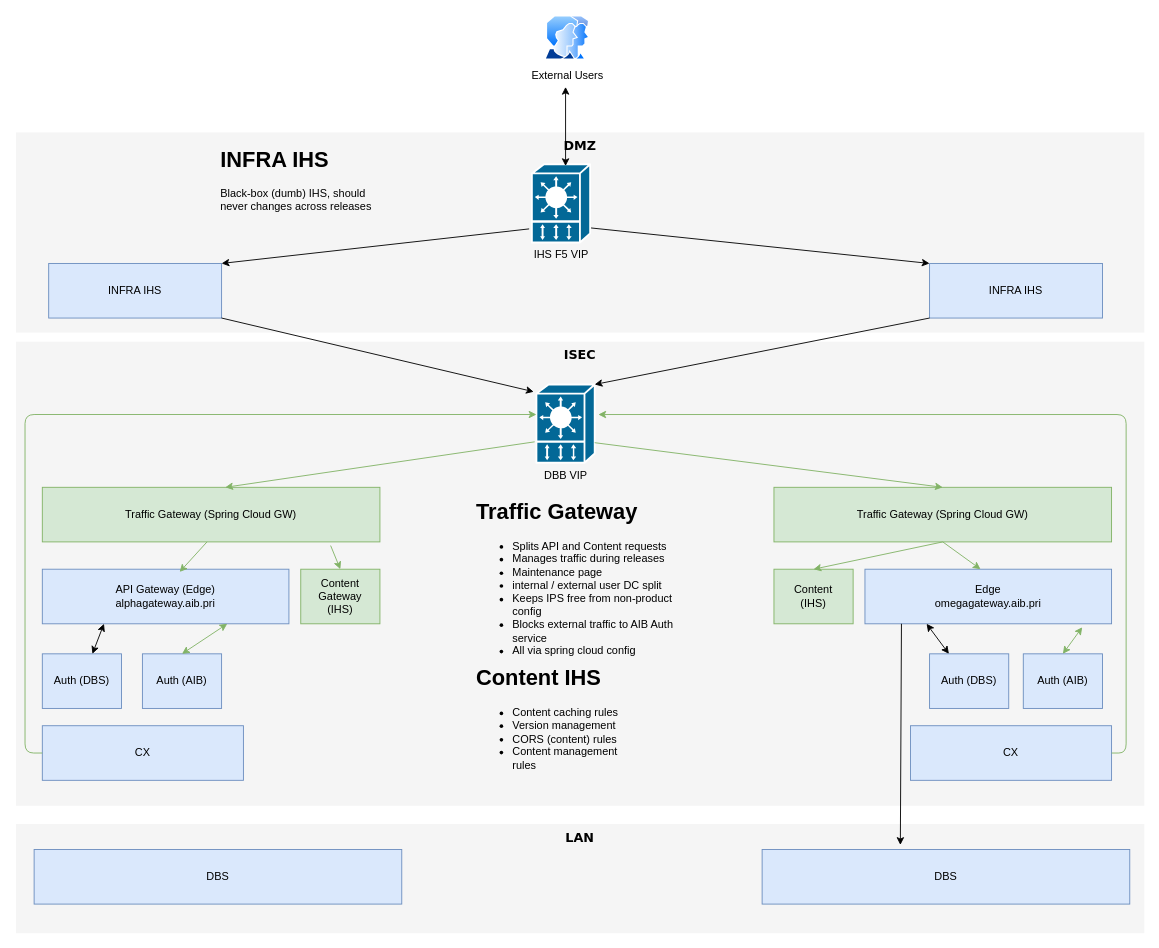
Earlier version of the draw.io diagram src/main/resources/to-be-traffic-management-option-2.drawio (hughrossdublin/cardsproxy). Source tidied: cells renumbered, new cells numbered last; positions are measured from the earlier drawing's top-left corner, leaving out a move shared by most shapes. Both pictures are drawn from the tidied source at 91%, with x=0, y=0 at pixel (15, 15).
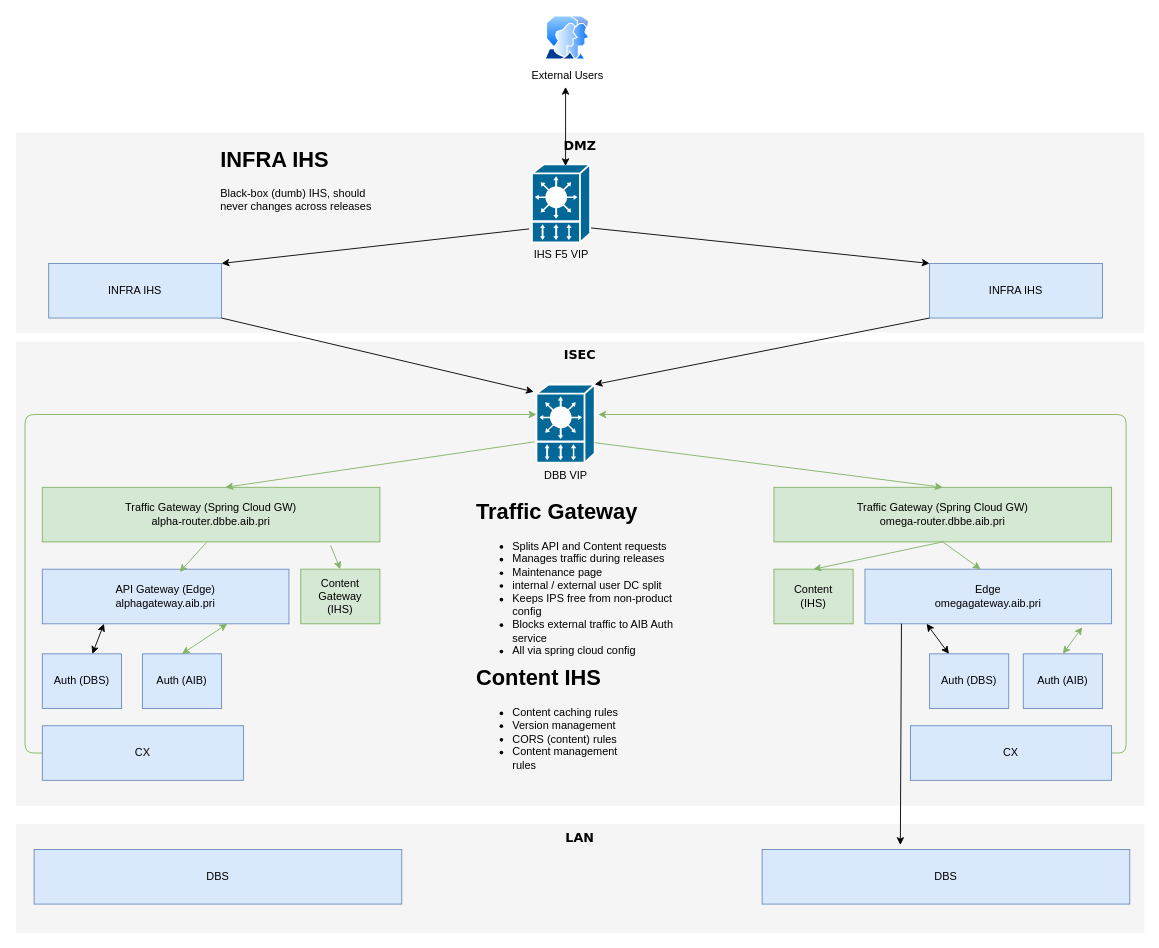
After the change.

Change to the diagram source:
```diff
@@
-    <mxCell id="36" value="Traffic Gateway (Spring Cloud GW)" style="rounded=0;whiteSpace=wrap;html=1;fillColor=#d5e8d4;strokeColor=#82b366;" parent="1" vertex="1">
+    <mxCell id="36" value="Traffic Gateway (Spring Cloud GW)&lt;br&gt;alpha-router.dbbe.aib.pri" style="rounded=0;whiteSpace=wrap;html=1;fillColor=#d5e8d4;strokeColor=#82b366;" parent="1" vertex="1">
       <mxGeometry x="29" y="518" width="371" height="60" as="geometry" />
     </mxCell>
@@
-    <mxCell id="38" value="Traffic Gateway (Spring Cloud GW)" style="rounded=0;whiteSpace=wrap;html=1;fillColor=#d5e8d4;strokeColor=#82b366;" parent="1" vertex="1">
+    <mxCell id="38" value="Traffic Gateway (Spring Cloud GW)&lt;br&gt;omega-router.dbbe.aib.pri" style="rounded=0;whiteSpace=wrap;html=1;fillColor=#d5e8d4;strokeColor=#82b366;" parent="1" vertex="1">
       <mxGeometry x="833" y="518" width="371" height="60" as="geometry" />
     </mxCell>
```
